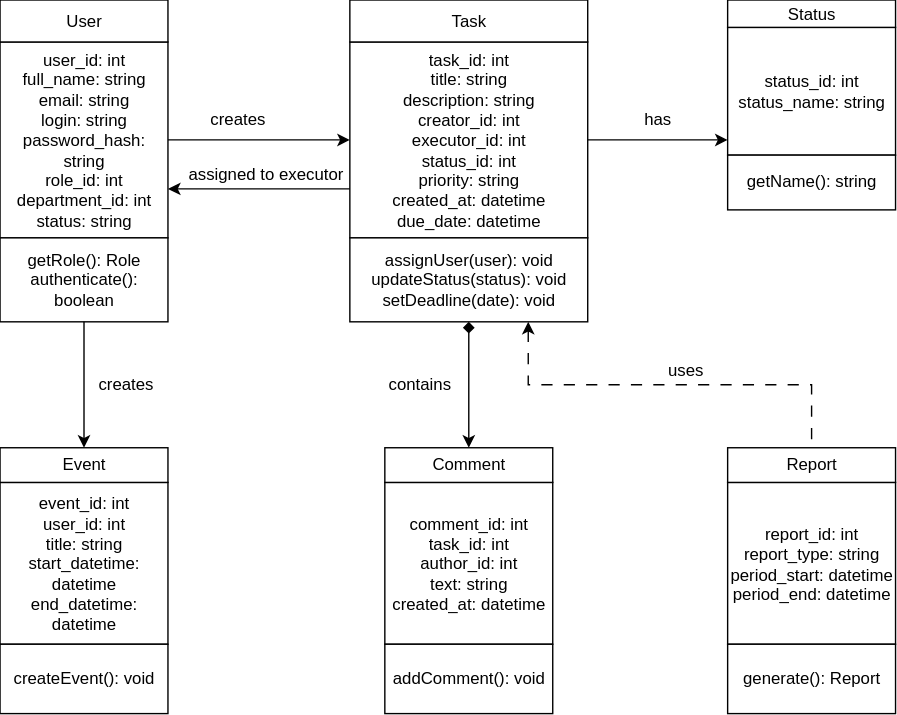
Earlier version of the draw.io export UML(Classes)(1).svg (ssensager/Systems-Information). Source tidied: cells renumbered, new cells last; positions are measured from the earlier drawing's top-left corner, leaving out a move shared by most shapes. Its diagram source:
```xml
<mxGraphModel>
  <root>
    <mxCell id="0" />
    <mxCell id="1" parent="0" />
    <mxCell id="2" style="group;" parent="1" vertex="1">
      <mxGeometry width="120" height="230" as="geometry" />
    </mxCell>
    <mxCell id="3" value="&lt;div&gt;user_id: int&lt;/div&gt;&lt;div&gt;full_name: string&lt;/div&gt;&lt;div&gt;email: string&lt;/div&gt;&lt;div&gt;login: string&lt;/div&gt;&lt;div&gt;password_hash: string&lt;/div&gt;&lt;div&gt;role_id: int&lt;/div&gt;&lt;div&gt;department_id: int&lt;/div&gt;&lt;div&gt;status: string&lt;/div&gt;" style="rounded=0;whiteSpace=wrap;html=1;" parent="2" vertex="1">
      <mxGeometry y="30" width="120" height="140" as="geometry" />
    </mxCell>
    <mxCell id="4" value="User" style="rounded=0;whiteSpace=wrap;html=1;" parent="2" vertex="1">
      <mxGeometry width="120" height="30" as="geometry" />
    </mxCell>
    <mxCell id="5" value="&lt;div&gt;getRole(): Role&lt;/div&gt;&lt;div&gt;authenticate(): boolean&lt;/div&gt;" style="rounded=0;whiteSpace=wrap;html=1;" parent="2" vertex="1">
      <mxGeometry y="170" width="120" height="60" as="geometry" />
    </mxCell>
    <mxCell id="6" style="group;" parent="1" vertex="1">
      <mxGeometry x="250" width="170" height="230" as="geometry" />
    </mxCell>
    <mxCell id="7" value="&lt;div&gt;&lt;span&gt;task_id: int&lt;/span&gt;&lt;/div&gt;&lt;div&gt;&lt;span&gt;title: string&lt;/span&gt;&lt;/div&gt;&lt;div&gt;&lt;span&gt;description: string&lt;/span&gt;&lt;/div&gt;&lt;div&gt;&lt;span&gt;creator_id: int&lt;/span&gt;&lt;/div&gt;&lt;div&gt;&lt;span&gt;executor_id: int&lt;/span&gt;&lt;/div&gt;&lt;div&gt;&lt;span&gt;status_id: int&lt;/span&gt;&lt;/div&gt;&lt;div&gt;&lt;span&gt;priority: string&lt;/span&gt;&lt;/div&gt;&lt;div&gt;&lt;span&gt;created_at: datetime&lt;/span&gt;&lt;span&gt;&lt;/span&gt;&lt;/div&gt;&lt;div&gt;&lt;span&gt;&lt;/span&gt;&lt;/div&gt;&lt;div&gt;&lt;span&gt;due_date: datetime&lt;/span&gt;&lt;/div&gt;" style="rounded=0;whiteSpace=wrap;html=1;" parent="6" vertex="1">
      <mxGeometry y="30" width="170" height="140" as="geometry" />
    </mxCell>
    <mxCell id="8" value="Task" style="rounded=0;whiteSpace=wrap;html=1;" parent="6" vertex="1">
      <mxGeometry width="170" height="30" as="geometry" />
    </mxCell>
    <mxCell id="9" value="&lt;div&gt;&lt;span&gt;assignUser(user): void&lt;/span&gt;&lt;/div&gt;&lt;div&gt;&lt;span&gt;updateStatus(status): void&lt;/span&gt;&lt;span&gt;&lt;/span&gt;&lt;/div&gt;&lt;div&gt;&lt;span&gt;&lt;/span&gt;&lt;/div&gt;&lt;div&gt;&lt;span&gt;setDeadline(date): void&lt;/span&gt;&lt;/div&gt;" style="rounded=0;whiteSpace=wrap;html=1;" parent="6" vertex="1">
      <mxGeometry y="170" width="170" height="60" as="geometry" />
    </mxCell>
    <mxCell id="10" style="group;" parent="1" vertex="1">
      <mxGeometry x="520" width="120" height="150" as="geometry" />
    </mxCell>
    <mxCell id="11" value="&lt;div&gt;&lt;span&gt;status_id: int&lt;/span&gt;&lt;span&gt;&lt;br&gt;&lt;/span&gt;&lt;/div&gt;&lt;div&gt;&lt;span&gt;status_name: string&lt;/span&gt;&lt;/div&gt;" style="rounded=0;whiteSpace=wrap;html=1;" parent="10" vertex="1">
      <mxGeometry y="19.6" width="120" height="91.3" as="geometry" />
    </mxCell>
    <mxCell id="12" value="Status" style="rounded=0;whiteSpace=wrap;html=1;" parent="10" vertex="1">
      <mxGeometry width="120" height="19.6" as="geometry" />
    </mxCell>
    <mxCell id="13" value="getName(): string" style="rounded=0;whiteSpace=wrap;html=1;" parent="10" vertex="1">
      <mxGeometry y="110.9" width="120" height="39.1" as="geometry" />
    </mxCell>
    <mxCell id="14" style="group;" parent="1" vertex="1">
      <mxGeometry x="275" y="320" width="120" height="190" as="geometry" />
    </mxCell>
    <mxCell id="15" value="&lt;span&gt;comment_id: int&lt;/span&gt;&lt;br&gt;&lt;span&gt;task_id: int&lt;/span&gt;&lt;br&gt;&lt;span&gt;author_id: int&lt;/span&gt;&lt;br&gt;&lt;span&gt;text: string&lt;/span&gt;&lt;br&gt;&lt;span&gt;created_at: datetime&lt;/span&gt;" style="rounded=0;whiteSpace=wrap;html=1;" parent="14" vertex="1">
      <mxGeometry y="24.8" width="120" height="115.7" as="geometry" />
    </mxCell>
    <mxCell id="16" value="Comment" style="rounded=0;whiteSpace=wrap;html=1;" parent="14" vertex="1">
      <mxGeometry width="120" height="24.8" as="geometry" />
    </mxCell>
    <mxCell id="17" value="addComment(): void" style="rounded=0;whiteSpace=wrap;html=1;" parent="14" vertex="1">
      <mxGeometry y="140.4" width="120" height="49.6" as="geometry" />
    </mxCell>
    <mxCell id="18" style="group;" parent="1" vertex="1">
      <mxGeometry x="520" y="320" width="120" height="190" as="geometry" />
    </mxCell>
    <mxCell id="19" value="&lt;span&gt;report_id: int&lt;/span&gt;&lt;br&gt;&lt;span&gt;report_type: string&lt;/span&gt;&lt;br&gt;&lt;span&gt;period_start: datetime&lt;/span&gt;&lt;br&gt;&lt;span&gt;period_end: datetime&lt;/span&gt;" style="rounded=0;whiteSpace=wrap;html=1;" parent="18" vertex="1">
      <mxGeometry y="24.8" width="120" height="115.7" as="geometry" />
    </mxCell>
    <mxCell id="20" value="Report" style="rounded=0;whiteSpace=wrap;html=1;" parent="18" vertex="1">
      <mxGeometry width="120" height="24.8" as="geometry" />
    </mxCell>
    <mxCell id="21" value="generate(): Report" style="rounded=0;whiteSpace=wrap;html=1;" parent="18" vertex="1">
      <mxGeometry y="140.4" width="120" height="49.6" as="geometry" />
    </mxCell>
    <mxCell id="22" style="group;" parent="1" vertex="1">
      <mxGeometry y="320" width="120" height="190" as="geometry" />
    </mxCell>
    <mxCell id="23" value="&lt;span&gt;event_id: int&lt;/span&gt;&lt;br&gt;&lt;span&gt;user_id: int&lt;/span&gt;&lt;br&gt;&lt;span&gt;title: string&lt;/span&gt;&lt;br&gt;&lt;span&gt;start_datetime: datetime&lt;/span&gt;&lt;br&gt;&lt;span&gt;end_datetime: datetime&lt;/span&gt;" style="rounded=0;whiteSpace=wrap;html=1;" parent="22" vertex="1">
      <mxGeometry y="24.8" width="120" height="115.7" as="geometry" />
    </mxCell>
    <mxCell id="24" value="Event" style="rounded=0;whiteSpace=wrap;html=1;" parent="22" vertex="1">
      <mxGeometry width="120" height="24.8" as="geometry" />
    </mxCell>
    <mxCell id="25" value="createEvent(): void" style="rounded=0;whiteSpace=wrap;html=1;" parent="22" vertex="1">
      <mxGeometry y="140.4" width="120" height="49.6" as="geometry" />
    </mxCell>
    <mxCell id="26" style="edgeStyle=orthogonalEdgeStyle;rounded=0;jettySize=auto;html=1;entryX=0;entryY=0.5;entryDx=0;entryDy=0;" parent="1" edge="1" source="3" target="7">
      <mxGeometry relative="1" as="geometry" />
    </mxCell>
    <mxCell id="27" value="creates" style="text;html=1;whiteSpace=wrap;strokeColor=none;fillColor=none;align=center;verticalAlign=middle;rounded=0;" parent="1" vertex="1">
      <mxGeometry x="140" y="70" width="60" height="30" as="geometry" />
    </mxCell>
    <mxCell id="28" style="edgeStyle=orthogonalEdgeStyle;rounded=0;jettySize=auto;html=1;exitX=0;exitY=0.75;exitDx=0;exitDy=0;entryX=1;entryY=0.75;entryDx=0;entryDy=0;" parent="1" edge="1" source="7" target="3">
      <mxGeometry relative="1" as="geometry" />
    </mxCell>
    <mxCell id="29" value="assigned to executor" style="text;html=1;whiteSpace=wrap;strokeColor=none;fillColor=none;align=center;verticalAlign=middle;rounded=0;" parent="1" vertex="1">
      <mxGeometry x="130" y="110" width="120" height="30" as="geometry" />
    </mxCell>
    <mxCell id="30" style="edgeStyle=orthogonalEdgeStyle;rounded=0;jettySize=auto;html=1;entryX=0;entryY=0.881;entryDx=0;entryDy=0;entryPerimeter=0;" parent="1" edge="1" source="7" target="11">
      <mxGeometry relative="1" as="geometry" />
    </mxCell>
    <mxCell id="31" value="has" style="text;html=1;whiteSpace=wrap;strokeColor=none;fillColor=none;align=center;verticalAlign=middle;rounded=0;" parent="1" vertex="1">
      <mxGeometry x="440" y="70" width="60" height="30" as="geometry" />
    </mxCell>
    <mxCell id="32" style="edgeStyle=orthogonalEdgeStyle;rounded=0;jettySize=auto;html=1;entryX=0.5;entryY=0;entryDx=0;entryDy=0;startArrow=diamond;startFill=1;" parent="1" edge="1" source="9" target="16">
      <mxGeometry relative="1" as="geometry" />
    </mxCell>
    <mxCell id="33" value="contains" style="text;html=1;whiteSpace=wrap;strokeColor=none;fillColor=none;align=center;verticalAlign=middle;rounded=0;" parent="1" vertex="1">
      <mxGeometry x="270" y="260" width="60" height="30" as="geometry" />
    </mxCell>
    <mxCell id="34" style="edgeStyle=orthogonalEdgeStyle;rounded=0;jettySize=auto;html=1;exitX=0.75;exitY=1;exitDx=0;exitDy=0;dashed=1;dashPattern=8 8;startArrow=classic;startFill=1;endArrow=none;endFill=0;" parent="1" edge="1" source="9" target="20">
      <mxGeometry relative="1" as="geometry">
        <Array as="points">
          <mxPoint x="377" y="275" />
          <mxPoint x="580" y="275" />
        </Array>
      </mxGeometry>
    </mxCell>
    <mxCell id="35" value="uses" style="text;html=1;whiteSpace=wrap;strokeColor=none;fillColor=none;align=center;verticalAlign=middle;rounded=0;" parent="1" vertex="1">
      <mxGeometry x="460" y="250" width="60" height="30" as="geometry" />
    </mxCell>
    <mxCell id="36" style="edgeStyle=orthogonalEdgeStyle;rounded=0;jettySize=auto;html=1;entryX=0.5;entryY=0;entryDx=0;entryDy=0;" parent="1" edge="1" source="5" target="24">
      <mxGeometry relative="1" as="geometry" />
    </mxCell>
    <mxCell id="37" value="creates" style="text;html=1;whiteSpace=wrap;strokeColor=none;fillColor=none;align=center;verticalAlign=middle;rounded=0;" parent="1" vertex="1">
      <mxGeometry x="60" y="260" width="60" height="30" as="geometry" />
    </mxCell>
  </root>
</mxGraphModel>
```
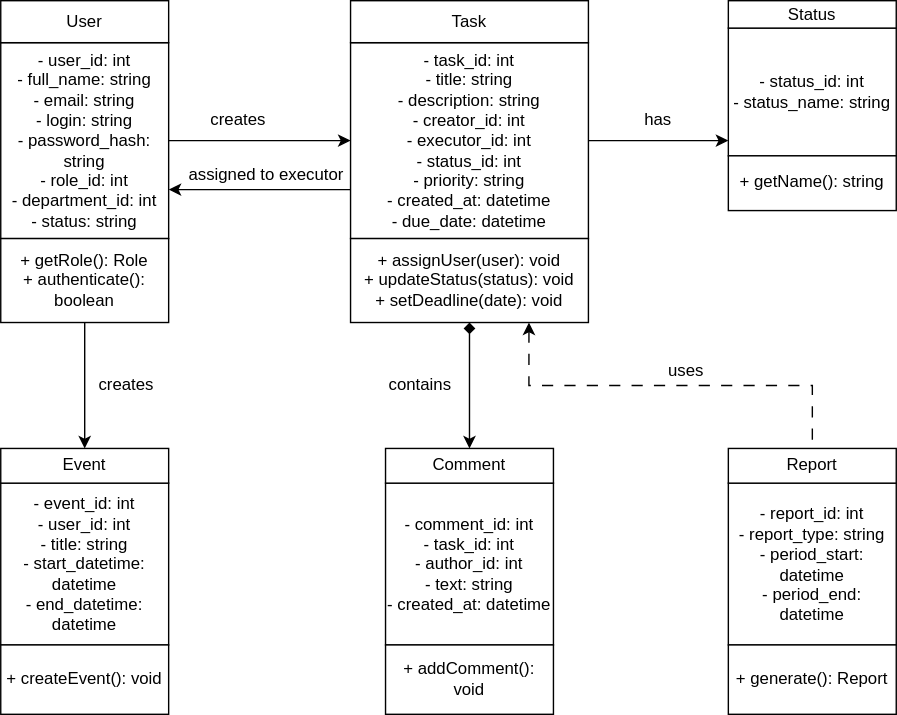
The same file after the commit.

The edit, as a diff of the source:
```diff
@@ -5,73 +5,73 @@
     <mxCell id="2" style="group;" parent="1" vertex="1">
       <mxGeometry width="120" height="230" as="geometry" />
     </mxCell>
-    <mxCell id="3" value="&lt;div&gt;user_id: int&lt;/div&gt;&lt;div&gt;full_name: string&lt;/div&gt;&lt;div&gt;email: string&lt;/div&gt;&lt;div&gt;login: string&lt;/div&gt;&lt;div&gt;password_hash: string&lt;/div&gt;&lt;div&gt;role_id: int&lt;/div&gt;&lt;div&gt;department_id: int&lt;/div&gt;&lt;div&gt;status: string&lt;/div&gt;" style="rounded=0;whiteSpace=wrap;html=1;" parent="2" vertex="1">
+    <mxCell id="3" value="&lt;div&gt;- user_id: int&lt;/div&gt;&lt;div&gt;- full_name: string&lt;/div&gt;&lt;div&gt;- email: string&lt;/div&gt;&lt;div&gt;- login: string&lt;/div&gt;&lt;div&gt;- password_hash: string&lt;/div&gt;&lt;div&gt;- role_id: int&lt;/div&gt;&lt;div&gt;- department_id: int&lt;/div&gt;&lt;div&gt;- status: string&lt;/div&gt;" style="rounded=0;whiteSpace=wrap;html=1;" parent="2" vertex="1">
       <mxGeometry y="30" width="120" height="140" as="geometry" />
     </mxCell>
     <mxCell id="4" value="User" style="rounded=0;whiteSpace=wrap;html=1;" parent="2" vertex="1">
       <mxGeometry width="120" height="30" as="geometry" />
     </mxCell>
-    <mxCell id="5" value="&lt;div&gt;getRole(): Role&lt;/div&gt;&lt;div&gt;authenticate(): boolean&lt;/div&gt;" style="rounded=0;whiteSpace=wrap;html=1;" parent="2" vertex="1">
+    <mxCell id="5" value="&lt;div&gt;+ getRole(): Role&lt;/div&gt;&lt;div&gt;+ authenticate(): boolean&lt;/div&gt;" style="rounded=0;whiteSpace=wrap;html=1;" parent="2" vertex="1">
       <mxGeometry y="170" width="120" height="60" as="geometry" />
     </mxCell>
     <mxCell id="6" style="group;" parent="1" vertex="1">
       <mxGeometry x="250" width="170" height="230" as="geometry" />
     </mxCell>
-    <mxCell id="7" value="&lt;div&gt;&lt;span&gt;task_id: int&lt;/span&gt;&lt;/div&gt;&lt;div&gt;&lt;span&gt;title: string&lt;/span&gt;&lt;/div&gt;&lt;div&gt;&lt;span&gt;description: string&lt;/span&gt;&lt;/div&gt;&lt;div&gt;&lt;span&gt;creator_id: int&lt;/span&gt;&lt;/div&gt;&lt;div&gt;&lt;span&gt;executor_id: int&lt;/span&gt;&lt;/div&gt;&lt;div&gt;&lt;span&gt;status_id: int&lt;/span&gt;&lt;/div&gt;&lt;div&gt;&lt;span&gt;priority: string&lt;/span&gt;&lt;/div&gt;&lt;div&gt;&lt;span&gt;created_at: datetime&lt;/span&gt;&lt;span&gt;&lt;/span&gt;&lt;/div&gt;&lt;div&gt;&lt;span&gt;&lt;/span&gt;&lt;/div&gt;&lt;div&gt;&lt;span&gt;due_date: datetime&lt;/span&gt;&lt;/div&gt;" style="rounded=0;whiteSpace=wrap;html=1;" parent="6" vertex="1">
+    <mxCell id="7" value="&lt;div&gt;&lt;span&gt;- task_id: int&lt;/span&gt;&lt;/div&gt;&lt;div&gt;&lt;span&gt;- title: string&lt;/span&gt;&lt;/div&gt;&lt;div&gt;&lt;span&gt;- description: string&lt;/span&gt;&lt;/div&gt;&lt;div&gt;&lt;span&gt;- creator_id: int&lt;/span&gt;&lt;/div&gt;&lt;div&gt;&lt;span&gt;- executor_id: int&lt;/span&gt;&lt;/div&gt;&lt;div&gt;&lt;span&gt;- status_id: int&lt;/span&gt;&lt;/div&gt;&lt;div&gt;&lt;span&gt;- priority: string&lt;/span&gt;&lt;/div&gt;&lt;div&gt;&lt;span&gt;- created_at: datetime&lt;/span&gt;&lt;span&gt;&lt;/span&gt;&lt;/div&gt;&lt;div&gt;&lt;span&gt;&lt;/span&gt;&lt;/div&gt;&lt;div&gt;&lt;span&gt;- due_date: datetime&lt;/span&gt;&lt;/div&gt;" style="rounded=0;whiteSpace=wrap;html=1;" parent="6" vertex="1">
       <mxGeometry y="30" width="170" height="140" as="geometry" />
     </mxCell>
     <mxCell id="8" value="Task" style="rounded=0;whiteSpace=wrap;html=1;" parent="6" vertex="1">
       <mxGeometry width="170" height="30" as="geometry" />
     </mxCell>
-    <mxCell id="9" value="&lt;div&gt;&lt;span&gt;assignUser(user): void&lt;/span&gt;&lt;/div&gt;&lt;div&gt;&lt;span&gt;updateStatus(status): void&lt;/span&gt;&lt;span&gt;&lt;/span&gt;&lt;/div&gt;&lt;div&gt;&lt;span&gt;&lt;/span&gt;&lt;/div&gt;&lt;div&gt;&lt;span&gt;setDeadline(date): void&lt;/span&gt;&lt;/div&gt;" style="rounded=0;whiteSpace=wrap;html=1;" parent="6" vertex="1">
+    <mxCell id="9" value="&lt;div&gt;&lt;span&gt;+ assignUser(user): void&lt;/span&gt;&lt;/div&gt;&lt;div&gt;&lt;span&gt;+ updateStatus(status): void&lt;/span&gt;&lt;span&gt;&lt;/span&gt;&lt;/div&gt;&lt;div&gt;&lt;span&gt;&lt;/span&gt;&lt;/div&gt;&lt;div&gt;&lt;span&gt;+ setDeadline(date): void&lt;/span&gt;&lt;/div&gt;" style="rounded=0;whiteSpace=wrap;html=1;" parent="6" vertex="1">
       <mxGeometry y="170" width="170" height="60" as="geometry" />
     </mxCell>
     <mxCell id="10" style="group;" parent="1" vertex="1">
       <mxGeometry x="520" width="120" height="150" as="geometry" />
     </mxCell>
-    <mxCell id="11" value="&lt;div&gt;&lt;span&gt;status_id: int&lt;/span&gt;&lt;span&gt;&lt;br&gt;&lt;/span&gt;&lt;/div&gt;&lt;div&gt;&lt;span&gt;status_name: string&lt;/span&gt;&lt;/div&gt;" style="rounded=0;whiteSpace=wrap;html=1;" parent="10" vertex="1">
+    <mxCell id="11" value="&lt;div&gt;&lt;span&gt;- status_id: int&lt;/span&gt;&lt;span&gt;&lt;br&gt;&lt;/span&gt;&lt;/div&gt;&lt;div&gt;&lt;span&gt;- status_name: string&lt;/span&gt;&lt;/div&gt;" style="rounded=0;whiteSpace=wrap;html=1;" parent="10" vertex="1">
       <mxGeometry y="19.6" width="120" height="91.3" as="geometry" />
     </mxCell>
     <mxCell id="12" value="Status" style="rounded=0;whiteSpace=wrap;html=1;" parent="10" vertex="1">
       <mxGeometry width="120" height="19.6" as="geometry" />
     </mxCell>
-    <mxCell id="13" value="getName(): string" style="rounded=0;whiteSpace=wrap;html=1;" parent="10" vertex="1">
+    <mxCell id="13" value="+ getName(): string" style="rounded=0;whiteSpace=wrap;html=1;" parent="10" vertex="1">
       <mxGeometry y="110.9" width="120" height="39.1" as="geometry" />
     </mxCell>
     <mxCell id="14" style="group;" parent="1" vertex="1">
       <mxGeometry x="275" y="320" width="120" height="190" as="geometry" />
     </mxCell>
-    <mxCell id="15" value="&lt;span&gt;comment_id: int&lt;/span&gt;&lt;br&gt;&lt;span&gt;task_id: int&lt;/span&gt;&lt;br&gt;&lt;span&gt;author_id: int&lt;/span&gt;&lt;br&gt;&lt;span&gt;text: string&lt;/span&gt;&lt;br&gt;&lt;span&gt;created_at: datetime&lt;/span&gt;" style="rounded=0;whiteSpace=wrap;html=1;" parent="14" vertex="1">
+    <mxCell id="15" value="&lt;span&gt;- comment_id: int&lt;/span&gt;&lt;br&gt;&lt;span&gt;- task_id: int&lt;/span&gt;&lt;br&gt;&lt;span&gt;- author_id: int&lt;/span&gt;&lt;br&gt;&lt;span&gt;- text: string&lt;/span&gt;&lt;br&gt;&lt;span&gt;- created_at: datetime&lt;/span&gt;" style="rounded=0;whiteSpace=wrap;html=1;" parent="14" vertex="1">
       <mxGeometry y="24.8" width="120" height="115.7" as="geometry" />
     </mxCell>
     <mxCell id="16" value="Comment" style="rounded=0;whiteSpace=wrap;html=1;" parent="14" vertex="1">
       <mxGeometry width="120" height="24.8" as="geometry" />
     </mxCell>
-    <mxCell id="17" value="addComment(): void" style="rounded=0;whiteSpace=wrap;html=1;" parent="14" vertex="1">
+    <mxCell id="17" value="+ addComment(): void" style="rounded=0;whiteSpace=wrap;html=1;" parent="14" vertex="1">
       <mxGeometry y="140.4" width="120" height="49.6" as="geometry" />
     </mxCell>
     <mxCell id="18" style="group;" parent="1" vertex="1">
       <mxGeometry x="520" y="320" width="120" height="190" as="geometry" />
     </mxCell>
-    <mxCell id="19" value="&lt;span&gt;report_id: int&lt;/span&gt;&lt;br&gt;&lt;span&gt;report_type: string&lt;/span&gt;&lt;br&gt;&lt;span&gt;period_start: datetime&lt;/span&gt;&lt;br&gt;&lt;span&gt;period_end: datetime&lt;/span&gt;" style="rounded=0;whiteSpace=wrap;html=1;" parent="18" vertex="1">
+    <mxCell id="19" value="&lt;span&gt;- report_id: int&lt;/span&gt;&lt;br&gt;&lt;span&gt;- report_type: string&lt;/span&gt;&lt;br&gt;&lt;span&gt;- period_start: datetime&lt;/span&gt;&lt;br&gt;&lt;span&gt;- period_end: datetime&lt;/span&gt;" style="rounded=0;whiteSpace=wrap;html=1;" parent="18" vertex="1">
       <mxGeometry y="24.8" width="120" height="115.7" as="geometry" />
     </mxCell>
     <mxCell id="20" value="Report" style="rounded=0;whiteSpace=wrap;html=1;" parent="18" vertex="1">
       <mxGeometry width="120" height="24.8" as="geometry" />
     </mxCell>
-    <mxCell id="21" value="generate(): Report" style="rounded=0;whiteSpace=wrap;html=1;" parent="18" vertex="1">
+    <mxCell id="21" value="+ generate(): Report" style="rounded=0;whiteSpace=wrap;html=1;" parent="18" vertex="1">
       <mxGeometry y="140.4" width="120" height="49.6" as="geometry" />
     </mxCell>
     <mxCell id="22" style="group;" parent="1" vertex="1">
       <mxGeometry y="320" width="120" height="190" as="geometry" />
     </mxCell>
-    <mxCell id="23" value="&lt;span&gt;event_id: int&lt;/span&gt;&lt;br&gt;&lt;span&gt;user_id: int&lt;/span&gt;&lt;br&gt;&lt;span&gt;title: string&lt;/span&gt;&lt;br&gt;&lt;span&gt;start_datetime: datetime&lt;/span&gt;&lt;br&gt;&lt;span&gt;end_datetime: datetime&lt;/span&gt;" style="rounded=0;whiteSpace=wrap;html=1;" parent="22" vertex="1">
+    <mxCell id="23" value="&lt;span&gt;- event_id: int&lt;/span&gt;&lt;br&gt;&lt;span&gt;- user_id: int&lt;/span&gt;&lt;br&gt;&lt;span&gt;- title: string&lt;/span&gt;&lt;br&gt;&lt;span&gt;- start_datetime: datetime&lt;/span&gt;&lt;br&gt;&lt;span&gt;- end_datetime: datetime&lt;/span&gt;" style="rounded=0;whiteSpace=wrap;html=1;" parent="22" vertex="1">
       <mxGeometry y="24.8" width="120" height="115.7" as="geometry" />
     </mxCell>
     <mxCell id="24" value="Event" style="rounded=0;whiteSpace=wrap;html=1;" parent="22" vertex="1">
       <mxGeometry width="120" height="24.8" as="geometry" />
     </mxCell>
-    <mxCell id="25" value="createEvent(): void" style="rounded=0;whiteSpace=wrap;html=1;" parent="22" vertex="1">
+    <mxCell id="25" value="+ createEvent(): void" style="rounded=0;whiteSpace=wrap;html=1;" parent="22" vertex="1">
       <mxGeometry y="140.4" width="120" height="49.6" as="geometry" />
     </mxCell>
     <mxCell id="26" style="edgeStyle=orthogonalEdgeStyle;rounded=0;jettySize=auto;html=1;entryX=0;entryY=0.5;entryDx=0;entryDy=0;" parent="1" edge="1" source="3" target="7">
```
